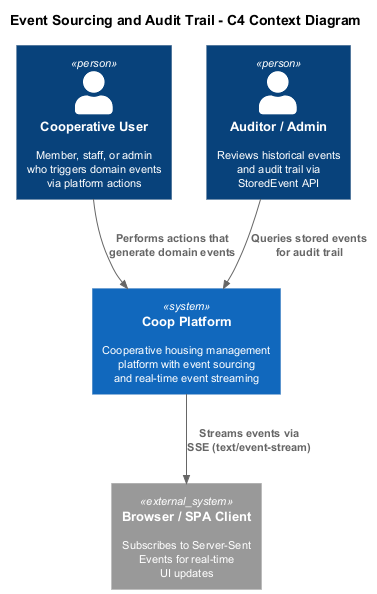
Earlier version of the PlantUML export docs/detailed-designs/11-event-sourcing-and-audit-trail/c4-context.png (QuinntyneBrown/Coop).
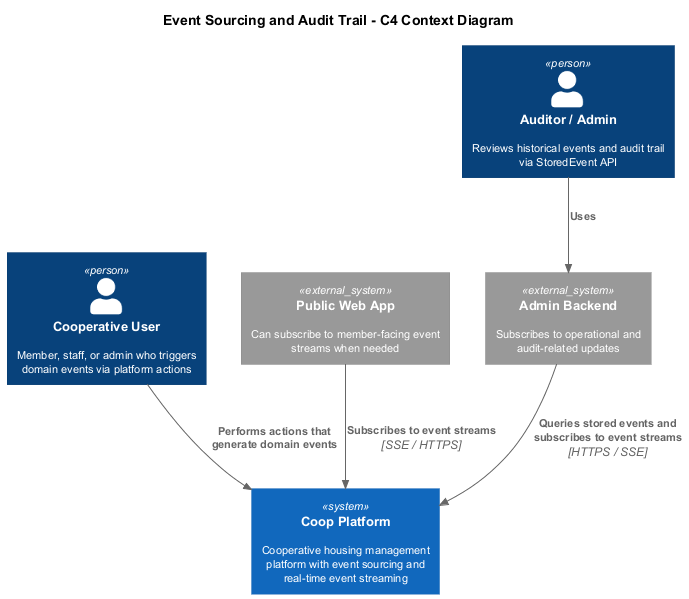
Later version of the same file.

Diff of the diagram source:
```diff
@@ -7,16 +7,17 @@
 
 title Event Sourcing and Audit Trail - C4 Context Diagram
 
-Person(user, "Cooperative User", "Member, staff, or admin\nwho triggers domain events\nvia platform actions")
+Person(user, "Cooperative User", "Member, staff, or admin who triggers domain events via platform actions")
+Person(auditor, "Auditor / Admin", "Reviews historical events and audit trail via StoredEvent API")
 
-Person(auditor, "Auditor / Admin", "Reviews historical events\nand audit trail via\nStoredEvent API")
+System(coop, "Coop Platform", "Cooperative housing management platform with event sourcing and real-time event streaming")
 
-System(coop, "Coop Platform", "Cooperative housing management\nplatform with event sourcing\nand real-time event streaming")
+System_Ext(publicApp, "Public Web App", "Can subscribe to member-facing event streams when needed")
+System_Ext(adminApp, "Admin Backend", "Subscribes to operational and audit-related updates")
 
-System_Ext(browser, "Browser / SPA Client", "Subscribes to Server-Sent\nEvents for real-time\nUI updates")
-
-Rel(user, coop, "Performs actions that\ngenerate domain events")
-Rel(auditor, coop, "Queries stored events\nfor audit trail")
-Rel(coop, browser, "Streams events via\nSSE (text/event-stream)")
+Rel(user, coop, "Performs actions that generate domain events")
+Rel(auditor, adminApp, "Uses")
+Rel(publicApp, coop, "Subscribes to event streams", "SSE / HTTPS")
+Rel(adminApp, coop, "Queries stored events and subscribes to event streams", "HTTPS / SSE")
 
 @enduml
```
